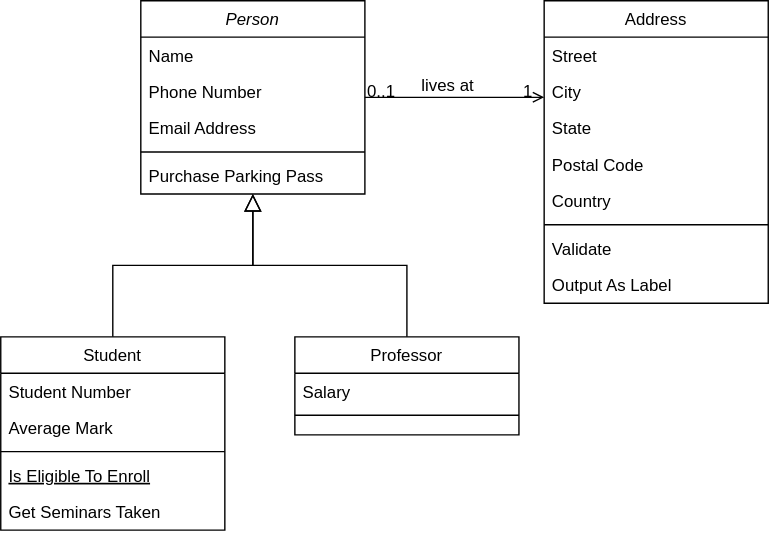
Before: Class Diagram.svg, a diagram exported from draw.io (AhmadTripleA/MediumDotCom-Clone). Source tidied: cells renumbered, new cells last; positions are measured from the earlier drawing's top-left corner, leaving out a move shared by most shapes.
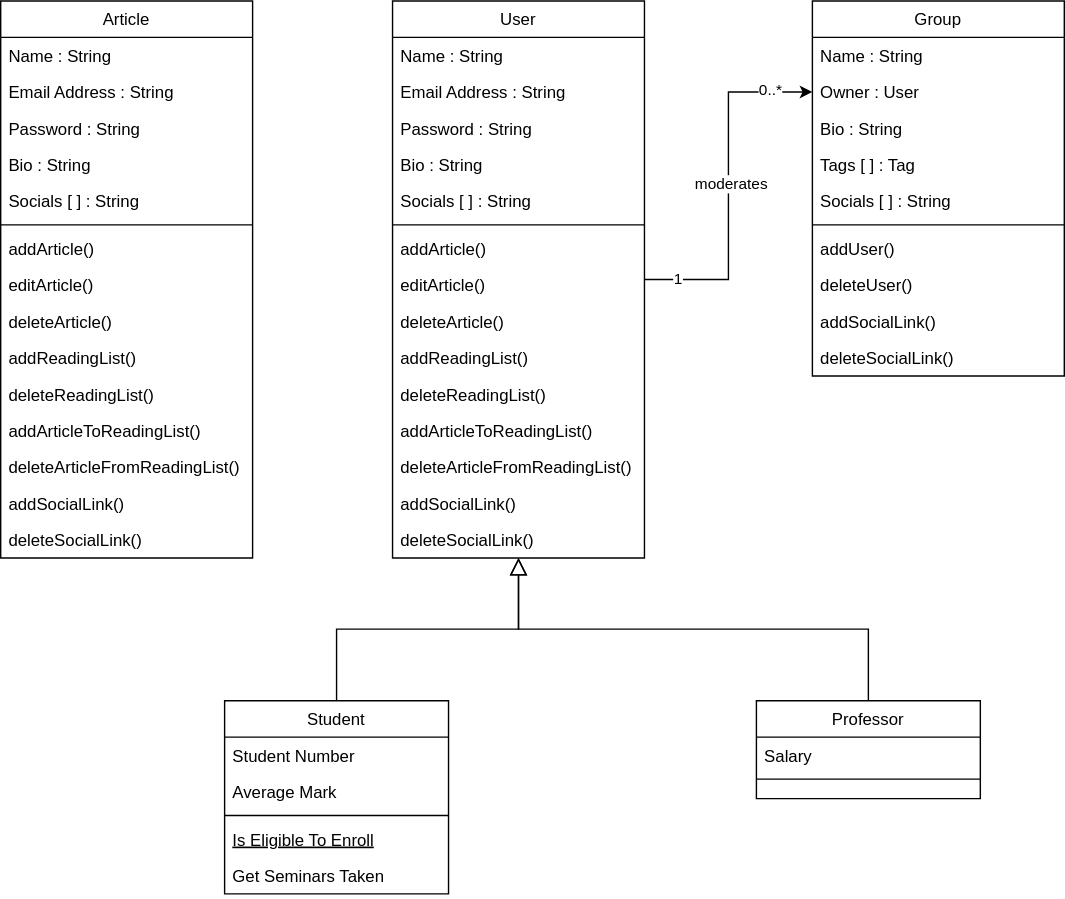
The same file after the commit.

The edit, as a diff of the source:
```diff
@@ -2,26 +2,72 @@
   <root>
     <mxCell id="0" />
     <mxCell id="1" parent="0" />
+    <mxCell id="32" style="edgeStyle=orthogonalEdgeStyle;rounded=0;jettySize=auto;html=1;" parent="1" edge="1" source="2" target="48">
+      <mxGeometry relative="1" as="geometry" />
+    </mxCell>
+    <mxCell id="33" value="moderates" style="edgeLabel;html=1;align=center;verticalAlign=middle;" parent="32" vertex="1">
+      <mxGeometry x="-0.05" y="-2" relative="1" as="geometry">
+        <mxPoint y="-8" as="offset" />
+      </mxGeometry>
+    </mxCell>
+    <mxCell id="30" value="1" style="edgeLabel;html=1;align=center;verticalAlign=middle;" parent="32" vertex="1">
+      <mxGeometry x="-0.82" relative="1" as="geometry" />
+    </mxCell>
+    <mxCell id="34" value="0..*" style="edgeLabel;html=1;align=center;verticalAlign=middle;rotation=0;" parent="32" vertex="1">
+      <mxGeometry x="0.73" y="1" relative="1" as="geometry">
+        <mxPoint x="4" as="offset" />
+      </mxGeometry>
+    </mxCell>
-    <mxCell id="2" value="Person" style="swimlane;fontStyle=2;align=center;verticalAlign=top;horizontal=1;startSize=26;rounded=0;shadow=0;strokeWidth=1;" parent="1" vertex="1">
-      <mxGeometry x="100" width="160" height="138" as="geometry" />
+    <mxCell id="2" value="User" style="swimlane;fontStyle=0;align=center;verticalAlign=top;horizontal=1;startSize=26;rounded=0;shadow=0;strokeWidth=1;" parent="1" vertex="1">
+      <mxGeometry x="50" y="-120" width="180" height="398" as="geometry" />
     </mxCell>
-    <mxCell id="3" value="Name" style="text;align=left;verticalAlign=top;spacingLeft=4;spacingRight=4;overflow=hidden;" parent="2" vertex="1">
-      <mxGeometry y="26" width="160" height="26" as="geometry" />
+    <mxCell id="3" value="Name : String" style="text;align=left;verticalAlign=top;spacingLeft=4;spacingRight=4;overflow=hidden;" parent="2" vertex="1">
+      <mxGeometry y="26" width="180" height="26" as="geometry" />
     </mxCell>
-    <mxCell id="4" value="Phone Number" style="text;align=left;verticalAlign=top;spacingLeft=4;spacingRight=4;overflow=hidden;rounded=0;shadow=0;html=0;" parent="2" vertex="1">
-      <mxGeometry y="52" width="160" height="26" as="geometry" />
-    </mxCell>
-    <mxCell id="5" value="Email Address" style="text;align=left;verticalAlign=top;spacingLeft=4;spacingRight=4;overflow=hidden;rounded=0;shadow=0;html=0;" parent="2" vertex="1">
-      <mxGeometry y="78" width="160" height="26" as="geometry" />
+    <mxCell id="5" value="Email Address : String" style="text;align=left;verticalAlign=top;spacingLeft=4;spacingRight=4;overflow=hidden;rounded=0;shadow=0;html=0;" parent="2" vertex="1">
+      <mxGeometry y="52" width="180" height="26" as="geometry" />
     </mxCell>
+    <mxCell id="35" value="Password : String" style="text;align=left;verticalAlign=top;spacingLeft=4;spacingRight=4;overflow=hidden;rounded=0;shadow=0;html=0;" parent="2" vertex="1">
+      <mxGeometry y="78" width="180" height="26" as="geometry" />
+    </mxCell>
+    <mxCell id="36" value="Bio : String" style="text;align=left;verticalAlign=top;spacingLeft=4;spacingRight=4;overflow=hidden;rounded=0;shadow=0;html=0;" parent="2" vertex="1">
+      <mxGeometry y="104" width="180" height="26" as="geometry" />
+    </mxCell>
+    <mxCell id="37" value="Socials [ ] : String" style="text;align=left;verticalAlign=top;spacingLeft=4;spacingRight=4;overflow=hidden;rounded=0;shadow=0;html=0;" parent="2" vertex="1">
+      <mxGeometry y="130" width="180" height="26" as="geometry" />
+    </mxCell>
     <mxCell id="6" style="line;html=1;strokeWidth=1;align=left;verticalAlign=middle;spacingTop=-1;spacingLeft=3;spacingRight=3;labelPosition=right;" parent="2" vertex="1">
-      <mxGeometry y="104" width="160" height="8" as="geometry" />
+      <mxGeometry y="156" width="180" height="8" as="geometry" />
     </mxCell>
+    <mxCell id="38" value="addArticle()" style="text;align=left;verticalAlign=top;spacingLeft=4;spacingRight=4;overflow=hidden;" parent="2" vertex="1">
+      <mxGeometry y="164" width="180" height="26" as="geometry" />
+    </mxCell>
-    <mxCell id="7" value="Purchase Parking Pass" style="text;align=left;verticalAlign=top;spacingLeft=4;spacingRight=4;overflow=hidden;" parent="2" vertex="1">
-      <mxGeometry y="112" width="160" height="26" as="geometry" />
+    <mxCell id="7" value="editArticle()&#10;" style="text;align=left;verticalAlign=top;spacingLeft=4;spacingRight=4;overflow=hidden;" parent="2" vertex="1">
+      <mxGeometry y="190" width="180" height="26" as="geometry" />
     </mxCell>
+    <mxCell id="39" value="deleteArticle()" style="text;align=left;verticalAlign=top;spacingLeft=4;spacingRight=4;overflow=hidden;" parent="2" vertex="1">
+      <mxGeometry y="216" width="180" height="26" as="geometry" />
+    </mxCell>
+    <mxCell id="40" value="addReadingList()" style="text;align=left;verticalAlign=top;spacingLeft=4;spacingRight=4;overflow=hidden;" parent="2" vertex="1">
+      <mxGeometry y="242" width="180" height="26" as="geometry" />
+    </mxCell>
+    <mxCell id="41" value="deleteReadingList()" style="text;align=left;verticalAlign=top;spacingLeft=4;spacingRight=4;overflow=hidden;" parent="2" vertex="1">
+      <mxGeometry y="268" width="180" height="26" as="geometry" />
+    </mxCell>
+    <mxCell id="42" value="addArticleToReadingList()" style="text;align=left;verticalAlign=top;spacingLeft=4;spacingRight=4;overflow=hidden;" parent="2" vertex="1">
+      <mxGeometry y="294" width="180" height="26" as="geometry" />
+    </mxCell>
+    <mxCell id="43" value="deleteArticleFromReadingList()" style="text;align=left;verticalAlign=top;spacingLeft=4;spacingRight=4;overflow=hidden;" parent="2" vertex="1">
+      <mxGeometry y="320" width="180" height="26" as="geometry" />
+    </mxCell>
+    <mxCell id="44" value="addSocialLink()" style="text;align=left;verticalAlign=top;spacingLeft=4;spacingRight=4;overflow=hidden;" parent="2" vertex="1">
+      <mxGeometry y="346" width="180" height="26" as="geometry" />
+    </mxCell>
+    <mxCell id="45" value="deleteSocialLink()" style="text;align=left;verticalAlign=top;spacingLeft=4;spacingRight=4;overflow=hidden;" parent="2" vertex="1">
+      <mxGeometry y="372" width="180" height="26" as="geometry" />
+    </mxCell>
     <mxCell id="8" value="Student" style="swimlane;fontStyle=0;align=center;verticalAlign=top;horizontal=1;startSize=26;rounded=0;shadow=0;strokeWidth=1;" parent="1" vertex="1">
-      <mxGeometry y="240" width="160" height="138" as="geometry" />
+      <mxGeometry x="-70" y="380" width="160" height="138" as="geometry" />
     </mxCell>
     <mxCell id="9" value="Student Number" style="text;align=left;verticalAlign=top;spacingLeft=4;spacingRight=4;overflow=hidden;" parent="8" vertex="1">
       <mxGeometry y="26" width="160" height="26" as="geometry" />
@@ -42,7 +88,7 @@
       <mxGeometry relative="1" as="geometry" />
     </mxCell>
     <mxCell id="15" value="Professor" style="swimlane;fontStyle=0;align=center;verticalAlign=top;horizontal=1;startSize=26;rounded=0;shadow=0;strokeWidth=1;" parent="1" vertex="1">
-      <mxGeometry x="210" y="240" width="160" height="70" as="geometry" />
+      <mxGeometry x="310" y="380" width="160" height="70" as="geometry" />
     </mxCell>
     <mxCell id="16" value="Salary" style="text;align=left;verticalAlign=top;spacingLeft=4;spacingRight=4;overflow=hidden;" parent="15" vertex="1">
       <mxGeometry y="26" width="160" height="26" as="geometry" />
@@ -53,52 +99,86 @@
     <mxCell id="18" style="endArrow=block;endSize=10;endFill=0;shadow=0;strokeWidth=1;rounded=0;edgeStyle=elbowEdgeStyle;elbow=vertical;" parent="1" edge="1" source="15" target="2">
       <mxGeometry relative="1" as="geometry" />
     </mxCell>
-    <mxCell id="19" value="Address" style="swimlane;fontStyle=0;align=center;verticalAlign=top;horizontal=1;startSize=26;rounded=0;shadow=0;strokeWidth=1;" parent="1" vertex="1">
-      <mxGeometry x="388" width="160" height="216" as="geometry" />
-    </mxCell>
-    <mxCell id="20" value="Street" style="text;align=left;verticalAlign=top;spacingLeft=4;spacingRight=4;overflow=hidden;" parent="19" vertex="1">
-      <mxGeometry y="26" width="160" height="26" as="geometry" />
-    </mxCell>
-    <mxCell id="21" value="City" style="text;align=left;verticalAlign=top;spacingLeft=4;spacingRight=4;overflow=hidden;rounded=0;shadow=0;html=0;" parent="19" vertex="1">
-      <mxGeometry y="52" width="160" height="26" as="geometry" />
-    </mxCell>
-    <mxCell id="22" value="State" style="text;align=left;verticalAlign=top;spacingLeft=4;spacingRight=4;overflow=hidden;rounded=0;shadow=0;html=0;" parent="19" vertex="1">
-      <mxGeometry y="78" width="160" height="26" as="geometry" />
-    </mxCell>
-    <mxCell id="23" value="Postal Code" style="text;align=left;verticalAlign=top;spacingLeft=4;spacingRight=4;overflow=hidden;rounded=0;shadow=0;html=0;" parent="19" vertex="1">
-      <mxGeometry y="104" width="160" height="26" as="geometry" />
-    </mxCell>
-    <mxCell id="24" value="Country" style="text;align=left;verticalAlign=top;spacingLeft=4;spacingRight=4;overflow=hidden;rounded=0;shadow=0;html=0;" parent="19" vertex="1">
-      <mxGeometry y="130" width="160" height="26" as="geometry" />
-    </mxCell>
-    <mxCell id="25" style="line;html=1;strokeWidth=1;align=left;verticalAlign=middle;spacingTop=-1;spacingLeft=3;spacingRight=3;labelPosition=right;" parent="19" vertex="1">
-      <mxGeometry y="156" width="160" height="8" as="geometry" />
-    </mxCell>
-    <mxCell id="26" value="Validate" style="text;align=left;verticalAlign=top;spacingLeft=4;spacingRight=4;overflow=hidden;" parent="19" vertex="1">
-      <mxGeometry y="164" width="160" height="26" as="geometry" />
-    </mxCell>
-    <mxCell id="27" value="Output As Label" style="text;align=left;verticalAlign=top;spacingLeft=4;spacingRight=4;overflow=hidden;" parent="19" vertex="1">
-      <mxGeometry y="190" width="160" height="26" as="geometry" />
-    </mxCell>
-    <mxCell id="28" style="endArrow=open;shadow=0;strokeWidth=1;rounded=0;endFill=1;edgeStyle=elbowEdgeStyle;elbow=vertical;" parent="1" edge="1" source="2" target="19">
-      <mxGeometry x="0.5" y="41" relative="1" as="geometry">
-        <mxPoint x="-40" y="32" as="offset" />
-      </mxGeometry>
-    </mxCell>
-    <mxCell id="29" value="0..1" style="align=left;verticalAlign=bottom;labelBackgroundColor=none;fontSize=12;" parent="28" vertex="1">
-      <mxGeometry x="-1" relative="1" as="geometry">
-        <mxPoint y="4" as="offset" />
-      </mxGeometry>
-    </mxCell>
-    <mxCell id="30" value="1" style="align=right;verticalAlign=bottom;labelBackgroundColor=none;fontSize=12;" parent="28" vertex="1">
-      <mxGeometry x="1" relative="1" as="geometry">
-        <mxPoint x="-7" y="4" as="offset" />
-      </mxGeometry>
-    </mxCell>
-    <mxCell id="31" value="lives at" style="text;html=1;align=center;verticalAlign=middle;labelBackgroundColor=none;rounded=0;shadow=0;strokeWidth=1;fontSize=12;" parent="28" vertex="1">
-      <mxGeometry x="0.5" y="49" relative="1" as="geometry">
-        <mxPoint x="-38" y="40" as="offset" />
-      </mxGeometry>
-    </mxCell>
+    <mxCell id="46" value="Group" style="swimlane;fontStyle=0;align=center;verticalAlign=top;horizontal=1;startSize=26;rounded=0;shadow=0;strokeWidth=1;" parent="1" vertex="1">
+      <mxGeometry x="350" y="-120" width="180" height="268" as="geometry" />
+    </mxCell>
+    <mxCell id="47" value="Name : String" style="text;align=left;verticalAlign=top;spacingLeft=4;spacingRight=4;overflow=hidden;" parent="46" vertex="1">
+      <mxGeometry y="26" width="180" height="26" as="geometry" />
+    </mxCell>
+    <mxCell id="48" value="Owner : User" style="text;align=left;verticalAlign=top;spacingLeft=4;spacingRight=4;overflow=hidden;points=[[0,0.5],[1,0.5]];portConstraint=eastwest;rounded=0;shadow=0;html=0;" parent="46" vertex="1">
+      <mxGeometry y="52" width="180" height="26" as="geometry" />
+    </mxCell>
+    <mxCell id="49" value="Bio : String" style="text;align=left;verticalAlign=top;spacingLeft=4;spacingRight=4;overflow=hidden;rounded=0;shadow=0;html=0;" parent="46" vertex="1">
+      <mxGeometry y="78" width="180" height="26" as="geometry" />
+    </mxCell>
+    <mxCell id="50" value="Tags [ ] : Tag" style="text;align=left;verticalAlign=top;spacingLeft=4;spacingRight=4;overflow=hidden;rounded=0;shadow=0;html=0;" parent="46" vertex="1">
+      <mxGeometry y="104" width="180" height="26" as="geometry" />
+    </mxCell>
+    <mxCell id="51" value="Socials [ ] : String" style="text;align=left;verticalAlign=top;spacingLeft=4;spacingRight=4;overflow=hidden;rounded=0;shadow=0;html=0;" parent="46" vertex="1">
+      <mxGeometry y="130" width="180" height="26" as="geometry" />
+    </mxCell>
+    <mxCell id="52" style="line;html=1;strokeWidth=1;align=left;verticalAlign=middle;spacingTop=-1;spacingLeft=3;spacingRight=3;labelPosition=right;" parent="46" vertex="1">
+      <mxGeometry y="156" width="180" height="8" as="geometry" />
+    </mxCell>
+    <mxCell id="53" value="addUser()" style="text;align=left;verticalAlign=top;spacingLeft=4;spacingRight=4;overflow=hidden;" parent="46" vertex="1">
+      <mxGeometry y="164" width="180" height="26" as="geometry" />
+    </mxCell>
+    <mxCell id="54" value="deleteUser()" style="text;align=left;verticalAlign=top;spacingLeft=4;spacingRight=4;overflow=hidden;" parent="46" vertex="1">
+      <mxGeometry y="190" width="180" height="26" as="geometry" />
+    </mxCell>
+    <mxCell id="55" value="addSocialLink()" style="text;align=left;verticalAlign=top;spacingLeft=4;spacingRight=4;overflow=hidden;" parent="46" vertex="1">
+      <mxGeometry y="216" width="180" height="26" as="geometry" />
+    </mxCell>
+    <mxCell id="56" value="deleteSocialLink()" style="text;align=left;verticalAlign=top;spacingLeft=4;spacingRight=4;overflow=hidden;" parent="46" vertex="1">
+      <mxGeometry y="242" width="180" height="26" as="geometry" />
+    </mxCell>
+    <mxCell id="57" value="Article" style="swimlane;fontStyle=0;align=center;verticalAlign=top;horizontal=1;startSize=26;rounded=0;shadow=0;strokeWidth=1;" parent="1" vertex="1">
+      <mxGeometry x="-230" y="-120" width="180" height="398" as="geometry" />
+    </mxCell>
+    <mxCell id="58" value="Name : String" style="text;align=left;verticalAlign=top;spacingLeft=4;spacingRight=4;overflow=hidden;" parent="57" vertex="1">
+      <mxGeometry y="26" width="180" height="26" as="geometry" />
+    </mxCell>
+    <mxCell id="59" value="Email Address : String" style="text;align=left;verticalAlign=top;spacingLeft=4;spacingRight=4;overflow=hidden;rounded=0;shadow=0;html=0;" parent="57" vertex="1">
+      <mxGeometry y="52" width="180" height="26" as="geometry" />
+    </mxCell>
+    <mxCell id="60" value="Password : String" style="text;align=left;verticalAlign=top;spacingLeft=4;spacingRight=4;overflow=hidden;rounded=0;shadow=0;html=0;" parent="57" vertex="1">
+      <mxGeometry y="78" width="180" height="26" as="geometry" />
+    </mxCell>
+    <mxCell id="61" value="Bio : String" style="text;align=left;verticalAlign=top;spacingLeft=4;spacingRight=4;overflow=hidden;rounded=0;shadow=0;html=0;" parent="57" vertex="1">
+      <mxGeometry y="104" width="180" height="26" as="geometry" />
+    </mxCell>
+    <mxCell id="62" value="Socials [ ] : String" style="text;align=left;verticalAlign=top;spacingLeft=4;spacingRight=4;overflow=hidden;rounded=0;shadow=0;html=0;" parent="57" vertex="1">
+      <mxGeometry y="130" width="180" height="26" as="geometry" />
+    </mxCell>
+    <mxCell id="63" style="line;html=1;strokeWidth=1;align=left;verticalAlign=middle;spacingTop=-1;spacingLeft=3;spacingRight=3;labelPosition=right;" parent="57" vertex="1">
+      <mxGeometry y="156" width="180" height="8" as="geometry" />
+    </mxCell>
+    <mxCell id="64" value="addArticle()" style="text;align=left;verticalAlign=top;spacingLeft=4;spacingRight=4;overflow=hidden;" parent="57" vertex="1">
+      <mxGeometry y="164" width="180" height="26" as="geometry" />
+    </mxCell>
+    <mxCell id="65" value="editArticle()&#10;" style="text;align=left;verticalAlign=top;spacingLeft=4;spacingRight=4;overflow=hidden;" parent="57" vertex="1">
+      <mxGeometry y="190" width="180" height="26" as="geometry" />
+    </mxCell>
+    <mxCell id="66" value="deleteArticle()" style="text;align=left;verticalAlign=top;spacingLeft=4;spacingRight=4;overflow=hidden;" parent="57" vertex="1">
+      <mxGeometry y="216" width="180" height="26" as="geometry" />
+    </mxCell>
+    <mxCell id="67" value="addReadingList()" style="text;align=left;verticalAlign=top;spacingLeft=4;spacingRight=4;overflow=hidden;" parent="57" vertex="1">
+      <mxGeometry y="242" width="180" height="26" as="geometry" />
+    </mxCell>
+    <mxCell id="68" value="deleteReadingList()" style="text;align=left;verticalAlign=top;spacingLeft=4;spacingRight=4;overflow=hidden;" parent="57" vertex="1">
+      <mxGeometry y="268" width="180" height="26" as="geometry" />
+    </mxCell>
+    <mxCell id="69" value="addArticleToReadingList()" style="text;align=left;verticalAlign=top;spacingLeft=4;spacingRight=4;overflow=hidden;" parent="57" vertex="1">
+      <mxGeometry y="294" width="180" height="26" as="geometry" />
+    </mxCell>
+    <mxCell id="70" value="deleteArticleFromReadingList()" style="text;align=left;verticalAlign=top;spacingLeft=4;spacingRight=4;overflow=hidden;" parent="57" vertex="1">
+      <mxGeometry y="320" width="180" height="26" as="geometry" />
+    </mxCell>
+    <mxCell id="71" value="addSocialLink()" style="text;align=left;verticalAlign=top;spacingLeft=4;spacingRight=4;overflow=hidden;" parent="57" vertex="1">
+      <mxGeometry y="346" width="180" height="26" as="geometry" />
+    </mxCell>
+    <mxCell id="72" value="deleteSocialLink()" style="text;align=left;verticalAlign=top;spacingLeft=4;spacingRight=4;overflow=hidden;" parent="57" vertex="1">
+      <mxGeometry y="372" width="180" height="26" as="geometry" />
+    </mxCell>
   </root>
 </mxGraphModel>
```
